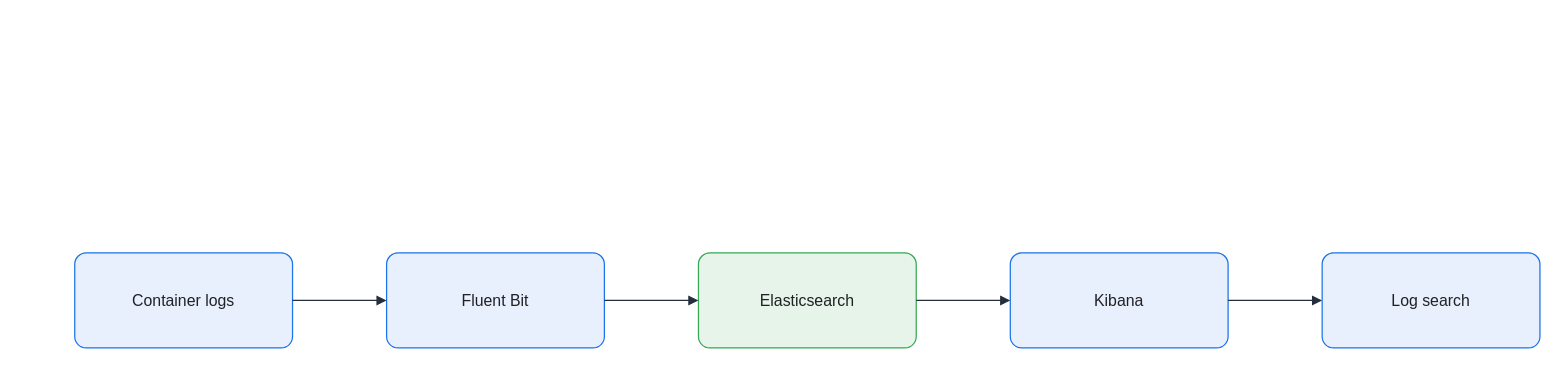
Before: assets/img/observability/fluent-bit-log-pipeline.drawio in KKamJi98/kkamji98.github.io, a draw.io diagram. Source tidied: cells renumbered, new cells numbered last; positions are measured from the earlier drawing's top-left corner, leaving out a move shared by most shapes. Both pictures are drawn from the tidied source at 99%, with x=0, y=0 at pixel (74, 252).
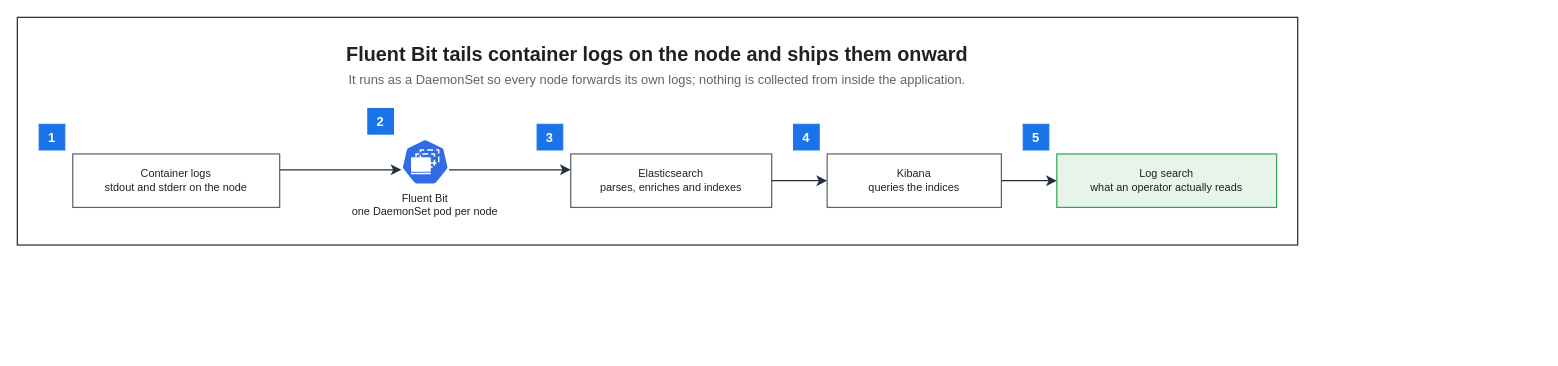
The same page after the edit.

Diff of the diagram source:
```diff
@@
 <mxGraphModel background="#FFFFFF">
   <root>
     <mxCell id="0" />
     <mxCell id="1" parent="0" />
-    <mxCell id="2" value="Container logs" style="rounded=1;arcSize=12;whiteSpace=wrap;html=0;fillColor=#E8F0FE;strokeColor=#1A73E8;strokeWidth=1.25;fontColor=#202124;fontSize=16;align=center;verticalAlign=middle;spacing=8;shadow=0;" parent="1" vertex="1">
-      <mxGeometry width="220" height="96" as="geometry" />
-    </mxCell>
-    <mxCell id="3" value="Fluent Bit" style="rounded=1;arcSize=12;whiteSpace=wrap;html=0;fillColor=#E8F0FE;strokeColor=#1A73E8;strokeWidth=1.25;fontColor=#202124;fontSize=16;align=center;verticalAlign=middle;spacing=8;shadow=0;" parent="1" vertex="1">
-      <mxGeometry x="315" width="220" height="96" as="geometry" />
-    </mxCell>
-    <mxCell id="4" value="Elasticsearch" style="rounded=1;arcSize=12;whiteSpace=wrap;html=0;fillColor=#E6F4EA;strokeColor=#34A853;strokeWidth=1.25;fontColor=#202124;fontSize=16;align=center;verticalAlign=middle;spacing=8;shadow=0;" parent="1" vertex="1">
-      <mxGeometry x="630" width="220" height="96" as="geometry" />
-    </mxCell>
-    <mxCell id="5" value="Kibana" style="rounded=1;arcSize=12;whiteSpace=wrap;html=0;fillColor=#E8F0FE;strokeColor=#1A73E8;strokeWidth=1.25;fontColor=#202124;fontSize=16;align=center;verticalAlign=middle;spacing=8;shadow=0;" parent="1" vertex="1">
-      <mxGeometry x="945" width="220" height="96" as="geometry" />
-    </mxCell>
-    <mxCell id="6" value="Log search" style="rounded=1;arcSize=12;whiteSpace=wrap;html=0;fillColor=#E8F0FE;strokeColor=#1A73E8;strokeWidth=1.25;fontColor=#202124;fontSize=16;align=center;verticalAlign=middle;spacing=8;shadow=0;" parent="1" vertex="1">
-      <mxGeometry x="1260" width="220" height="96" as="geometry" />
-    </mxCell>
-    <mxCell id="7" style="edgeStyle=orthogonalEdgeStyle;rounded=0;jettySize=auto;html=0;endArrow=block;endFill=1;strokeColor=#232F3E;strokeWidth=1.25;fontColor=#202124;labelBackgroundColor=none;exitX=1;exitY=0.5;exitDx=0;exitDy=0;entryX=0;entryY=0.5;entryDx=0;entryDy=0;endSize=7;" parent="1" edge="1" source="2" target="3">
-      <mxGeometry relative="1" as="geometry" />
-    </mxCell>
-    <mxCell id="8" style="edgeStyle=orthogonalEdgeStyle;rounded=0;jettySize=auto;html=0;endArrow=block;endFill=1;strokeColor=#232F3E;strokeWidth=1.25;fontColor=#202124;labelBackgroundColor=none;exitX=1;exitY=0.5;exitDx=0;exitDy=0;entryX=0;entryY=0.5;entryDx=0;entryDy=0;endSize=7;" parent="1" edge="1" source="3" target="4">
-      <mxGeometry relative="1" as="geometry" />
-    </mxCell>
-    <mxCell id="9" style="edgeStyle=orthogonalEdgeStyle;rounded=0;jettySize=auto;html=0;endArrow=block;endFill=1;strokeColor=#232F3E;strokeWidth=1.25;fontColor=#202124;labelBackgroundColor=none;exitX=1;exitY=0.5;exitDx=0;exitDy=0;entryX=0;entryY=0.5;entryDx=0;entryDy=0;endSize=7;" parent="1" edge="1" source="4" target="5">
-      <mxGeometry relative="1" as="geometry" />
-    </mxCell>
-    <mxCell id="10" style="edgeStyle=orthogonalEdgeStyle;rounded=0;jettySize=auto;html=0;endArrow=block;endFill=1;strokeColor=#232F3E;strokeWidth=1.25;fontColor=#202124;labelBackgroundColor=none;exitX=1;exitY=0.5;exitDx=0;exitDy=0;entryX=0;entryY=0.5;entryDx=0;entryDy=0;endSize=7;" parent="1" edge="1" source="5" target="6">
-      <mxGeometry relative="1" as="geometry" />
-    </mxCell>
+    <mxCell id="11" style="rounded=0;html=0;fillColor=none;strokeColor=#232F3E;fontColor=#202124;strokeWidth=1.25;" parent="1" vertex="1">
+      <mxGeometry x="-58" y="-238" width="1293.3" height="230" as="geometry" />
+    </mxCell>
+    <mxCell id="12" value="Fluent Bit tails container logs on the node and ships them onward" style="text;html=0;whiteSpace=wrap;fillColor=none;strokeColor=none;fontColor=#202124;fontSize=20;fontStyle=1;align=center;verticalAlign=middle;" parent="1" vertex="1">
+      <mxGeometry x="-36" y="-216" width="1249.3" height="30" as="geometry" />
+    </mxCell>
+    <mxCell id="13" value="It runs as a DaemonSet so every node forwards its own logs; nothing is collected from inside the application." style="text;html=0;whiteSpace=wrap;fillColor=none;strokeColor=none;fontColor=#5F6368;fontSize=13;fontStyle=0;align=center;verticalAlign=middle;" parent="1" vertex="1">
+      <mxGeometry x="-36" y="-186" width="1249.3" height="22" as="geometry" />
+    </mxCell>
+    <mxCell id="14" value="Container logs&#10;stdout and stderr on the node" style="rounded=0;whiteSpace=wrap;html=0;fillColor=#FFFFFF;strokeColor=#5F6368;fontColor=#202124;fontSize=11;fontStyle=0;align=center;verticalAlign=middle;spacingLeft=6;spacingRight=6;strokeWidth=1.25;" parent="1" vertex="1">
+      <mxGeometry x="-2" y="-100" width="209" height="54" as="geometry" />
+    </mxCell>
+    <mxCell id="15" value="Fluent Bit&#10;one DaemonSet pod per node" style="sketch=0;outlineConnect=0;gradientColor=none;html=0;whiteSpace=nowrap;fontSize=11;fontStyle=0;fontColor=#202124;verticalLabelPosition=bottom;verticalAlign=top;align=center;labelBackgroundColor=none;fillColor=#326CE5;strokeColor=none;dashed=0;shape=mxgraph.kubernetes.icon;prIcon=ds;" parent="1" vertex="1">
+      <mxGeometry x="330" y="-116" width="48" height="48" as="geometry" />
+    </mxCell>
+    <mxCell id="16" value="Elasticsearch&#10;parses, enriches and indexes" style="rounded=0;whiteSpace=wrap;html=0;fillColor=#FFFFFF;strokeColor=#5F6368;fontColor=#202124;fontSize=11;fontStyle=0;align=center;verticalAlign=middle;spacingLeft=6;spacingRight=6;strokeWidth=1.25;" parent="1" vertex="1">
+      <mxGeometry x="501" y="-100" width="203" height="54" as="geometry" />
+    </mxCell>
+    <mxCell id="17" value="Kibana&#10;queries the indices" style="rounded=0;whiteSpace=wrap;html=0;fillColor=#FFFFFF;strokeColor=#5F6368;fontColor=#202124;fontSize=11;fontStyle=0;align=center;verticalAlign=middle;spacingLeft=6;spacingRight=6;strokeWidth=1.25;" parent="1" vertex="1">
+      <mxGeometry x="760" y="-100" width="176" height="54" as="geometry" />
+    </mxCell>
+    <mxCell id="18" value="Log search&#10;what an operator actually reads" style="rounded=0;whiteSpace=wrap;html=0;fillColor=#E6F4EA;strokeColor=#34A853;fontColor=#202124;fontSize=11;fontStyle=0;align=center;verticalAlign=middle;spacingLeft=6;spacingRight=6;strokeWidth=1.25;" parent="1" vertex="1">
+      <mxGeometry x="992" y="-100" width="222" height="54" as="geometry" />
+    </mxCell>
+    <mxCell id="19" value="1" style="rounded=0;whiteSpace=wrap;html=0;fillColor=#1A73E8;strokeColor=#1A73E8;fontColor=#FFFFFF;fontSize=13;fontStyle=1;align=center;verticalAlign=middle;" parent="1" vertex="1">
+      <mxGeometry x="-36" y="-130" width="26" height="26" as="geometry" />
+    </mxCell>
+    <mxCell id="20" value="2" style="rounded=0;whiteSpace=wrap;html=0;fillColor=#1A73E8;strokeColor=#1A73E8;fontColor=#FFFFFF;fontSize=13;fontStyle=1;align=center;verticalAlign=middle;" parent="1" vertex="1">
+      <mxGeometry x="296" y="-146" width="26" height="26" as="geometry" />
+    </mxCell>
+    <mxCell id="21" value="3" style="rounded=0;whiteSpace=wrap;html=0;fillColor=#1A73E8;strokeColor=#1A73E8;fontColor=#FFFFFF;fontSize=13;fontStyle=1;align=center;verticalAlign=middle;" parent="1" vertex="1">
+      <mxGeometry x="467" y="-130" width="26" height="26" as="geometry" />
+    </mxCell>
+    <mxCell id="22" value="4" style="rounded=0;whiteSpace=wrap;html=0;fillColor=#1A73E8;strokeColor=#1A73E8;fontColor=#FFFFFF;fontSize=13;fontStyle=1;align=center;verticalAlign=middle;" parent="1" vertex="1">
+      <mxGeometry x="726" y="-130" width="26" height="26" as="geometry" />
+    </mxCell>
+    <mxCell id="23" value="5" style="rounded=0;whiteSpace=wrap;html=0;fillColor=#1A73E8;strokeColor=#1A73E8;fontColor=#FFFFFF;fontSize=13;fontStyle=1;align=center;verticalAlign=middle;" parent="1" vertex="1">
+      <mxGeometry x="958" y="-130" width="26" height="26" as="geometry" />
+    </mxCell>
+    <mxCell id="24" style="edgeStyle=orthogonalEdgeStyle;rounded=0;html=0;strokeColor=#232F3E;strokeWidth=1.25;endArrow=classic;endFill=1;endSize=7;fontSize=11;fontColor=#202124;labelBackgroundColor=none;jettySize=14;exitX=1;exitY=0.2963;entryX=0;entryY=0.6667;exitDx=0;exitDy=0;entryDx=0;entryDy=0;" parent="1" edge="1" source="14" target="15">
+      <mxGeometry relative="1" as="geometry" />
+    </mxCell>
+    <mxCell id="25" style="edgeStyle=orthogonalEdgeStyle;rounded=0;html=0;strokeColor=#232F3E;strokeWidth=1.25;endArrow=classic;endFill=1;endSize=7;fontSize=11;fontColor=#202124;labelBackgroundColor=none;jettySize=14;exitX=1;exitY=0.6667;entryX=0;entryY=0.2963;exitDx=0;exitDy=0;entryDx=0;entryDy=0;" parent="1" edge="1" source="15" target="16">
+      <mxGeometry relative="1" as="geometry" />
+    </mxCell>
+    <mxCell id="26" style="edgeStyle=orthogonalEdgeStyle;rounded=0;html=0;strokeColor=#232F3E;strokeWidth=1.25;endArrow=classic;endFill=1;endSize=7;fontSize=11;fontColor=#202124;labelBackgroundColor=none;jettySize=14;exitX=1;exitY=0.5;entryX=0;entryY=0.5;exitDx=0;exitDy=0;entryDx=0;entryDy=0;" parent="1" edge="1" source="16" target="17">
+      <mxGeometry relative="1" as="geometry" />
+    </mxCell>
+    <mxCell id="27" style="edgeStyle=orthogonalEdgeStyle;rounded=0;html=0;strokeColor=#232F3E;strokeWidth=1.25;endArrow=classic;endFill=1;endSize=7;fontSize=11;fontColor=#202124;labelBackgroundColor=none;jettySize=14;exitX=1;exitY=0.5;entryX=0;entryY=0.5;exitDx=0;exitDy=0;entryDx=0;entryDy=0;" parent="1" edge="1" source="17" target="18">
+      <mxGeometry relative="1" as="geometry" />
+    </mxCell>
   </root>
 </mxGraphModel>
```
